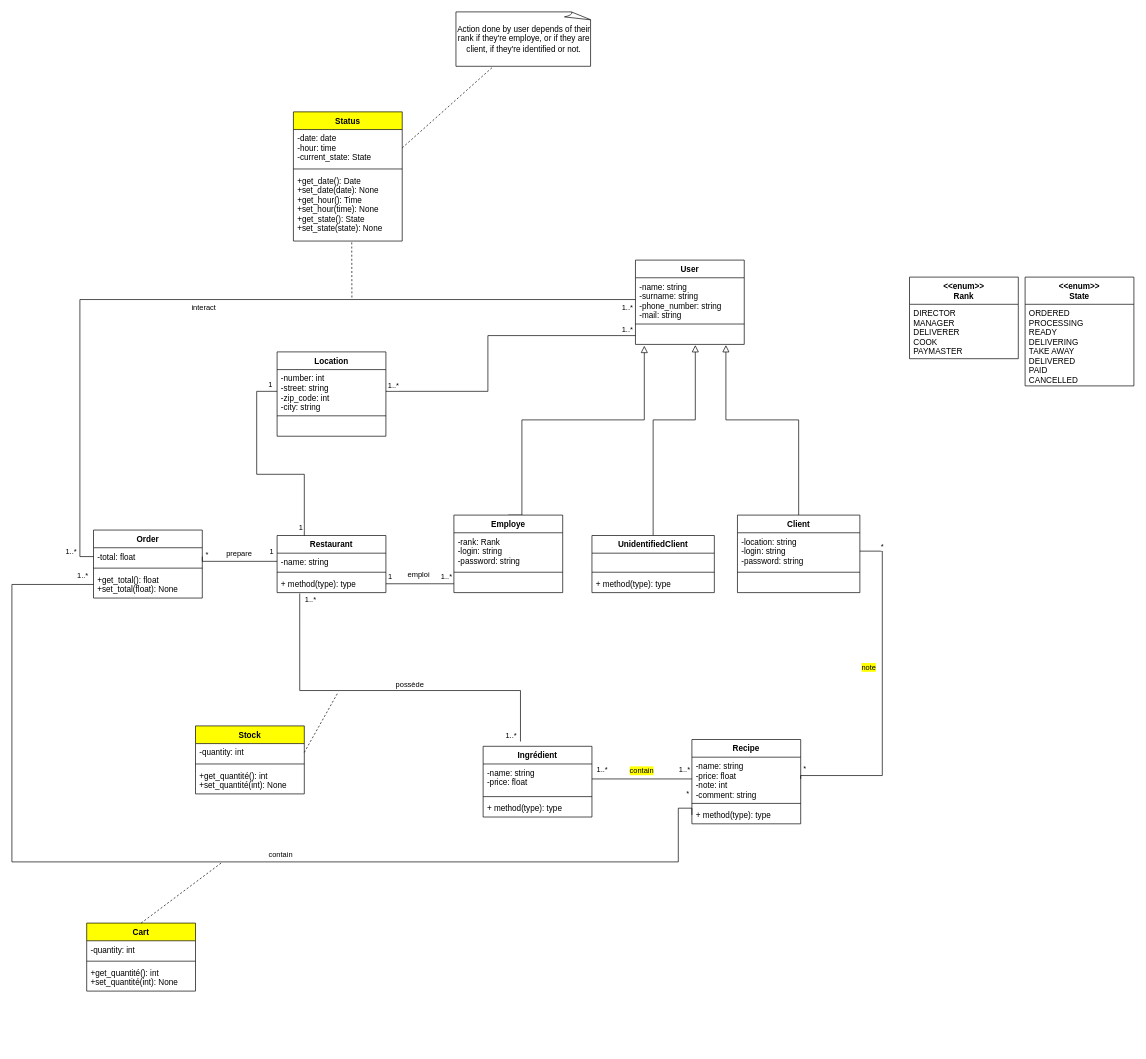
Earlier version of the draw.io diagram Diagramme de classe.drawio (damien-devpy/OC-P6). Source tidied: cells renumbered, new cells numbered last; positions are measured from the earlier drawing's top-left corner, leaving out a move shared by most shapes. Both pictures are drawn from the tidied source at 68%, with x=0, y=0 at pixel (12, 12).
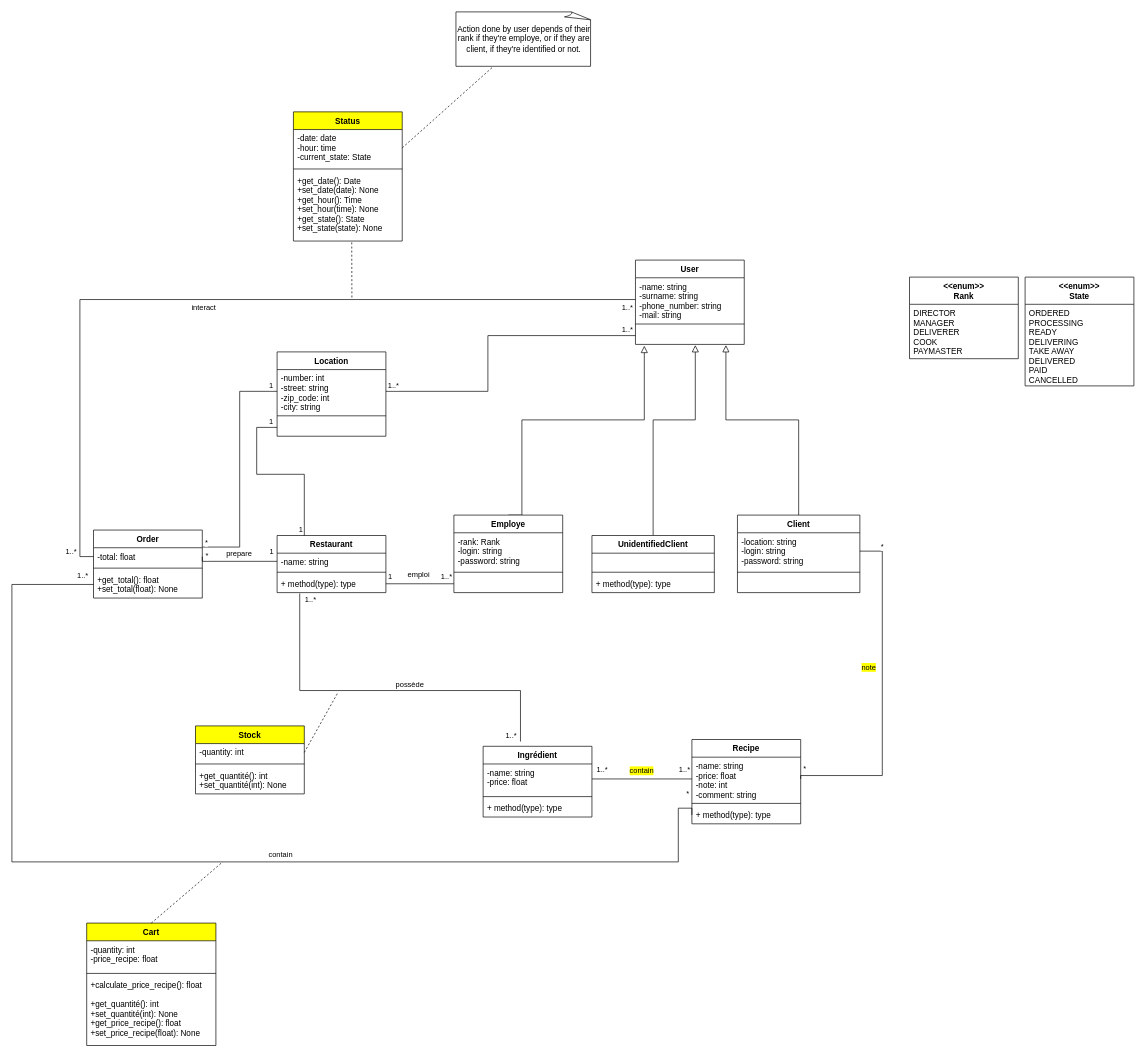
Above is the later version.

Commit message (it also covers changes not shown here):
Filling DB with more data. Iterate over class diagram and er diagram

Unchanged cells that the change refers to:
```xml
<mxCell id="20" style="edgeStyle=orthogonalEdgeStyle;rounded=0;jettySize=auto;html=1;endArrow=none;endFill=0;endSize=8;strokeWidth=1;exitX=0;exitY=0.5;exitDx=0;exitDy=0;entryX=1;entryY=0.5;entryDx=0;entryDy=0;" parent="1" edge="1" source="56" target="64">
  <mxGeometry relative="1" as="geometry">
    <Array as="points">
      <mxPoint x="280" y="808" />
    </Array>
  </mxGeometry>
</mxCell>
<mxCell id="55" value="Restaurant" style="swimlane;fontStyle=1;align=center;verticalAlign=top;horizontal=1;startSize=26;" parent="1" vertex="1">
  <mxGeometry x="390" y="770" width="160" height="84" as="geometry" />
</mxCell>
<mxCell id="63" value="Order" style="swimlane;fontStyle=1;align=center;verticalAlign=top;horizontal=1;startSize=26;" parent="1" vertex="1">
  <mxGeometry x="120" y="762" width="160" height="100" as="geometry" />
</mxCell>
<mxCell id="80" value="-number: int&#10;-street: string&#10;-zip_code: int&#10;-city: string&#10;" style="text;strokeColor=none;fillColor=none;align=left;verticalAlign=top;spacingLeft=4;spacingRight=4;overflow=hidden;points=[[0,0.5],[1,0.5]];portConstraint=eastwest;" parent="79" vertex="1">
  <mxGeometry y="26" width="160" height="64" as="geometry" />
</mxCell>
<mxCell id="82" value="&#10;&#10;" style="text;strokeColor=none;fillColor=none;align=left;verticalAlign=top;spacingLeft=4;spacingRight=4;overflow=hidden;points=[[0,0.5],[1,0.5]];portConstraint=eastwest;" parent="79" vertex="1">
  <mxGeometry y="98" width="160" height="26" as="geometry" />
</mxCell>
```

The edit, as a diff of the source:
```diff
@@
     <mxCell id="22" value="*" style="edgeLabel;html=1;align=center;verticalAlign=middle;" parent="20" vertex="1">
       <mxGeometry x="0.98" y="5" relative="1" as="geometry">
-        <mxPoint x="11" y="-4.2" as="offset" />
+        <mxPoint x="11" y="-2.2" as="offset" />
       </mxGeometry>
     </mxCell>
@@
+    <mxCell id="96" style="edgeStyle=orthogonalEdgeStyle;rounded=0;jettySize=auto;html=1;exitX=1;exitY=0.25;exitDx=0;exitDy=0;entryX=0;entryY=0.5;entryDx=0;entryDy=0;endArrow=none;endFill=0;" parent="1" edge="1" source="63" target="80">
+      <mxGeometry relative="1" as="geometry" />
+    </mxCell>
+    <mxCell id="97" value="1" style="edgeLabel;html=1;align=center;verticalAlign=middle;" parent="96" vertex="1">
+      <mxGeometry x="0.94" y="-1" relative="1" as="geometry">
+        <mxPoint y="-10" as="offset" />
+      </mxGeometry>
+    </mxCell>
+    <mxCell id="98" value="*" style="edgeLabel;html=1;align=center;verticalAlign=middle;" parent="96" vertex="1">
+      <mxGeometry x="-0.95" y="2" relative="1" as="geometry">
+        <mxPoint x="-3" y="-6" as="offset" />
+      </mxGeometry>
+    </mxCell>
@@
-    <mxCell id="86" style="endArrow=none;html=1;exitX=0.25;exitY=0;exitDx=0;exitDy=0;entryX=0;entryY=0.5;entryDx=0;entryDy=0;edgeStyle=orthogonalEdgeStyle;rounded=0;" parent="1" edge="1" source="55" target="80">
+    <mxCell id="86" style="endArrow=none;html=1;exitX=0.25;exitY=0;exitDx=0;exitDy=0;entryX=0;entryY=0.5;entryDx=0;entryDy=0;edgeStyle=orthogonalEdgeStyle;rounded=0;" parent="1" edge="1" source="55" target="82">
       <mxGeometry relative="1" as="geometry">
         <Array as="points">
           <mxPoint x="430" y="680" />
           <mxPoint x="360" y="680" />
-          <mxPoint x="360" y="558" />
+          <mxPoint x="360" y="611" />
         </Array>
       </mxGeometry>
     </mxCell>
@@
-    <mxCell id="88" value="1" style="edgeLabel;html=1;align=center;verticalAlign=middle;" parent="1" vertex="1">
-      <mxGeometry x="434" y="762" as="geometry">
-        <mxPoint x="-55" y="-215" as="offset" />
-      </mxGeometry>
-    </mxCell>
+    <mxCell id="99" value="1" style="edgeLabel;html=1;align=center;verticalAlign=middle;" parent="86" vertex="1">
+      <mxGeometry x="0.92" y="1" relative="1" as="geometry">
+        <mxPoint y="-8" as="offset" />
+      </mxGeometry>
+    </mxCell>
@@
     <mxCell id="91" value="Cart" style="swimlane;fontStyle=1;align=center;verticalAlign=top;horizontal=1;startSize=26;fillColor=#FFFF00;" parent="1" vertex="1">
-      <mxGeometry x="110" y="1340" width="160" height="100" as="geometry" />
+      <mxGeometry x="110" y="1340" width="190" height="180" as="geometry" />
     </mxCell>
-    <mxCell id="92" value="-quantity: int" style="text;strokeColor=none;fillColor=none;align=left;verticalAlign=top;spacingLeft=4;spacingRight=4;overflow=hidden;" parent="91" vertex="1">
-      <mxGeometry y="26" width="160" height="26" as="geometry" />
+    <mxCell id="92" value="-quantity: int&#10;-price_recipe: float" style="text;strokeColor=none;fillColor=none;align=left;verticalAlign=top;spacingLeft=4;spacingRight=4;overflow=hidden;" parent="91" vertex="1">
+      <mxGeometry y="26" width="190" height="44" as="geometry" />
     </mxCell>
     <mxCell id="93" style="line;strokeWidth=1;fillColor=none;align=left;verticalAlign=middle;spacingTop=-1;spacingLeft=3;spacingRight=3;labelPosition=right;" parent="91" vertex="1">
-      <mxGeometry y="52" width="160" height="8" as="geometry" />
+      <mxGeometry y="70" width="190" height="8" as="geometry" />
     </mxCell>
-    <mxCell id="94" value="+get_quantité(): int&#10;+set_quantité(int): None" style="text;strokeColor=none;fillColor=none;align=left;verticalAlign=top;spacingLeft=4;spacingRight=4;overflow=hidden;" parent="91" vertex="1">
-      <mxGeometry y="60" width="160" height="40" as="geometry" />
+    <mxCell id="94" value="+calculate_price_recipe(): float&#10;&#10;+get_quantité(): int&#10;+set_quantité(int): None&#10;+get_price_recipe(): float&#10;+set_price_recipe(float): None" style="text;strokeColor=none;fillColor=none;align=left;verticalAlign=top;spacingLeft=4;spacingRight=4;overflow=hidden;" parent="91" vertex="1">
+      <mxGeometry y="78" width="190" height="102" as="geometry" />
     </mxCell>
```
